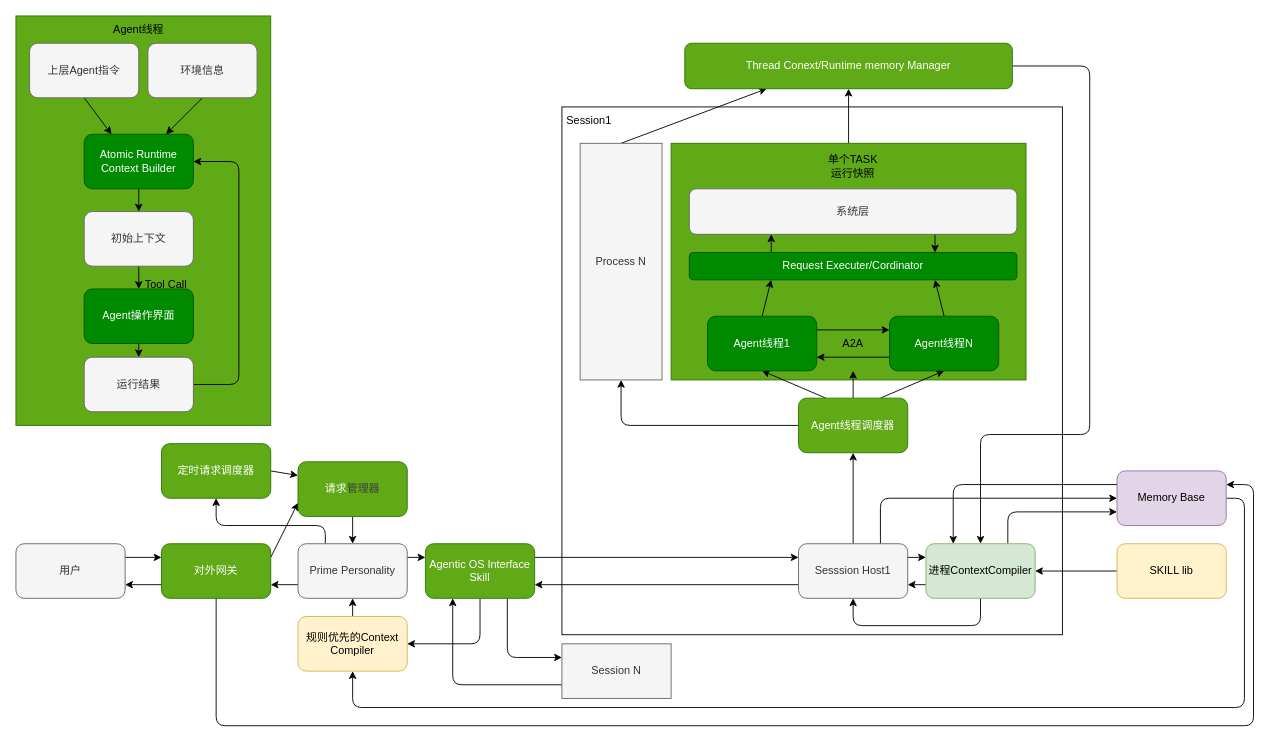
Before: schema/schema.drawio in eziothean-git/proclaw-agent-kernel, a draw.io diagram. Source tidied: cells renumbered, new cells numbered last; positions are measured from the earlier drawing's top-left corner, leaving out a move shared by most shapes. Both pictures are drawn from the tidied source at 91%, with x=0, y=0 at pixel (15, 15).
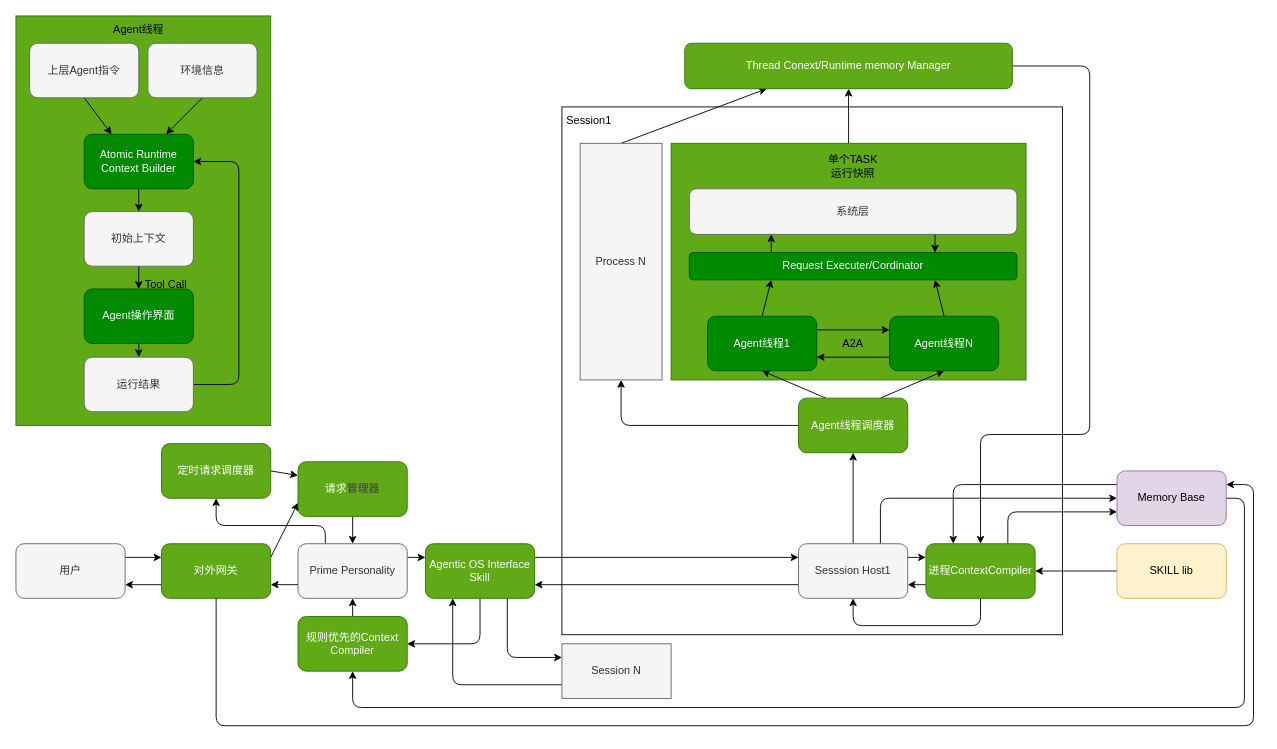
The same diagram, later.

Unchanged cells that the change refers to:
```xml
<mxCell id="28" value="Agent线程调度器" style="rounded=1;whiteSpace=wrap;html=1;fillColor=#60a917;strokeColor=#2D7600;fontColor=#ffffff;" parent="1" vertex="1">
  <mxGeometry x="860" y="420" width="120" height="60" as="geometry" />
</mxCell>
```

Change to the diagram source:
```diff
@@
-    <mxCell id="11" value="进程ContextCompiler" style="rounded=1;whiteSpace=wrap;html=1;fillColor=#d5e8d4;strokeColor=#82b366;" parent="1" vertex="1">
+    <mxCell id="11" value="进程ContextCompiler" style="rounded=1;whiteSpace=wrap;html=1;fillColor=#60a917;strokeColor=#2D7600;fontColor=#ffffff;" parent="1" vertex="1">
       <mxGeometry x="1000" y="580" width="120" height="60" as="geometry" />
     </mxCell>
@@
-    <mxCell id="24" style="edgeStyle=none;html=1;exitX=0.5;exitY=0;exitDx=0;exitDy=0;entryX=0.5;entryY=1;entryDx=0;entryDy=0;" parent="1" edge="1" source="28">
-      <mxGeometry relative="1" as="geometry">
-        <mxPoint x="920" y="390" as="targetPoint" />
-      </mxGeometry>
-    </mxCell>
@@
-    <mxCell id="52" value="规则优先的Context Compiler" style="rounded=1;whiteSpace=wrap;html=1;fillColor=#fff2cc;strokeColor=#d6b656;" parent="1" vertex="1">
+    <mxCell id="52" value="规则优先的Context Compiler" style="rounded=1;whiteSpace=wrap;html=1;fillColor=#60a917;strokeColor=#2D7600;fontColor=#ffffff;" parent="1" vertex="1">
       <mxGeometry x="310" y="660" width="120" height="60" as="geometry" />
     </mxCell>
```
